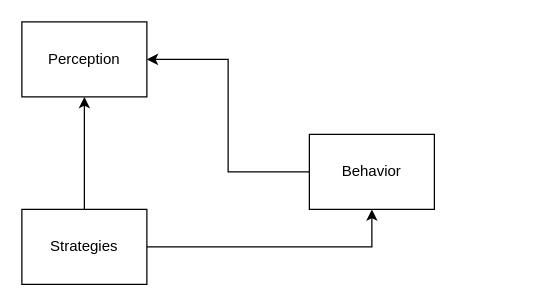
alejandroatacho/diagrams.net keeps this draw.io diagram as Thesis.drawio. Above is the earlier version. Source tidied: cells renumbered, new cells numbered last; positions are measured from the earlier drawing's top-left corner, leaving out a move shared by most shapes. Both pictures are drawn from the tidied source at 125%, with x=0, y=0 at pixel (21, 21).
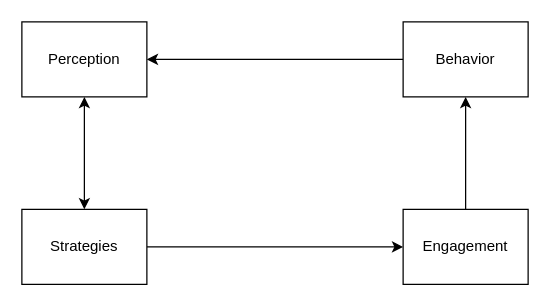
Above is the later version.

What changed in the source:
```diff
@@
 <mxGraphModel>
   <root>
     <mxCell id="0" />
     <mxCell id="1" parent="0" />
     <mxCell id="2" value="Perception" style="rounded=0;whiteSpace=wrap;html=1;" parent="1" vertex="1">
       <mxGeometry width="100" height="60" as="geometry" />
     </mxCell>
     <mxCell id="3" style="edgeStyle=orthogonalEdgeStyle;rounded=0;jettySize=auto;html=1;entryX=1;entryY=0.5;entryDx=0;entryDy=0;" parent="1" edge="1" source="4" target="2">
       <mxGeometry relative="1" as="geometry" />
     </mxCell>
     <mxCell id="4" value="Behavior" style="rounded=0;whiteSpace=wrap;html=1;" parent="1" vertex="1">
-      <mxGeometry x="230" y="90" width="100" height="60" as="geometry" />
+      <mxGeometry x="305" width="100" height="60" as="geometry" />
     </mxCell>
-    <mxCell id="5" style="edgeStyle=orthogonalEdgeStyle;rounded=0;jettySize=auto;html=1;entryX=0.5;entryY=1;entryDx=0;entryDy=0;" parent="1" edge="1" source="7" target="4">
-      <mxGeometry relative="1" as="geometry" />
-    </mxCell>
+    <mxCell id="8" style="edgeStyle=orthogonalEdgeStyle;rounded=0;jettySize=auto;html=1;entryX=0;entryY=0.5;entryDx=0;entryDy=0;" parent="1" edge="1" source="7" target="10">
+      <mxGeometry relative="1" as="geometry" />
+    </mxCell>
+    <mxCell id="7" value="Strategies" style="rounded=0;whiteSpace=wrap;html=1;" parent="1" vertex="1">
+      <mxGeometry y="150" width="100" height="60" as="geometry" />
+    </mxCell>
+    <mxCell id="9" style="edgeStyle=orthogonalEdgeStyle;rounded=0;jettySize=auto;html=1;entryX=0.5;entryY=1;entryDx=0;entryDy=0;" parent="1" edge="1" source="10" target="4">
+      <mxGeometry relative="1" as="geometry" />
+    </mxCell>
+    <mxCell id="10" value="Engagement" style="rounded=0;whiteSpace=wrap;html=1;" parent="1" vertex="1">
+      <mxGeometry x="305" y="150" width="100" height="60" as="geometry" />
+    </mxCell>
-    <mxCell id="6" style="edgeStyle=orthogonalEdgeStyle;rounded=0;jettySize=auto;html=1;entryX=0.5;entryY=1;entryDx=0;entryDy=0;" parent="1" edge="1" source="7" target="2">
+    <mxCell id="6" style="endArrow=classic;startArrow=classic;html=1;rounded=0;entryX=0.5;entryY=1;entryDx=0;entryDy=0;exitX=0.5;exitY=0;exitDx=0;exitDy=0;" parent="1" edge="1" source="7" target="2">
       <mxGeometry relative="1" as="geometry" />
     </mxCell>
-    <mxCell id="7" value="Strategies" style="rounded=0;whiteSpace=wrap;html=1;" parent="1" vertex="1">
-      <mxGeometry y="150" width="100" height="60" as="geometry" />
-    </mxCell>
   </root>
 </mxGraphModel>
```
